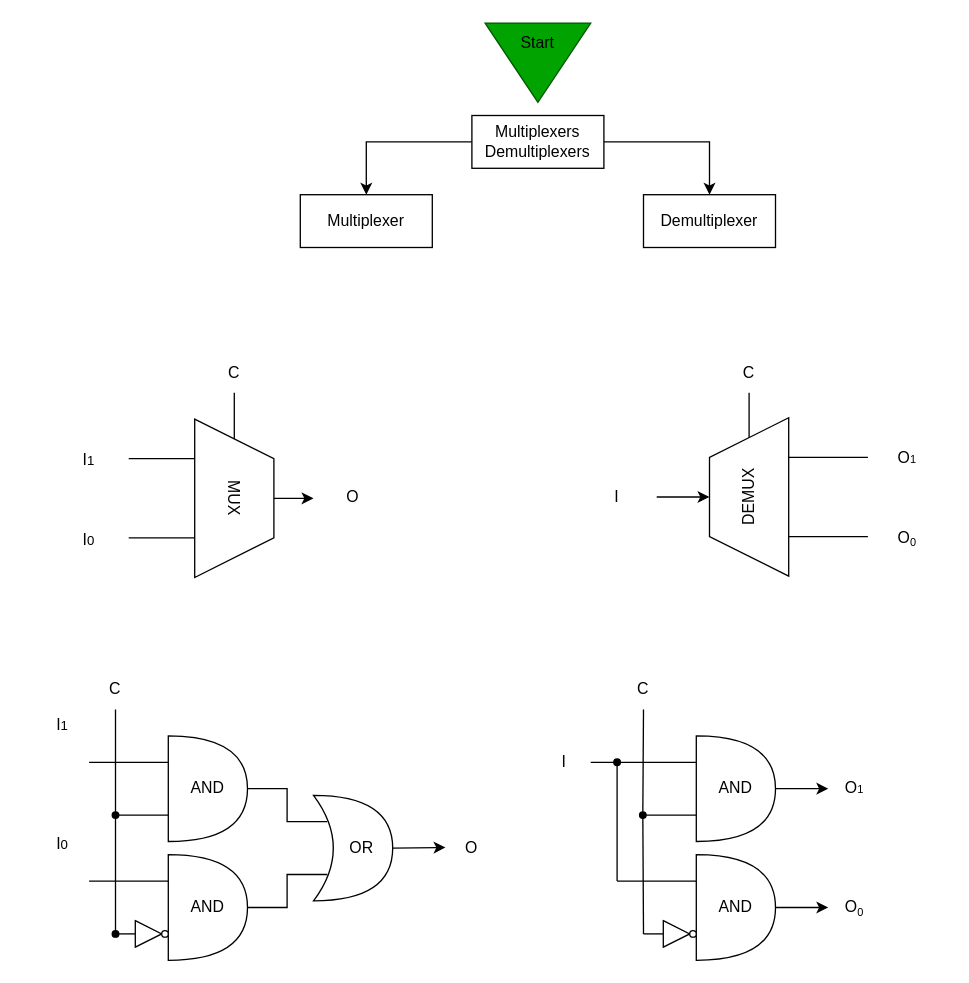
Before: page "Mux/Demux" (6 of 9) of Lesson Diagram.drawio in Kuggo/UnivOREsity, a draw.io diagram. Source tidied: cells renumbered, new cells numbered last; positions are measured from the earlier drawing's top-left corner, leaving out a move shared by most shapes. Both pictures are drawn from the tidied source at 132%, with x=0, y=0 at pixel (22, 9).
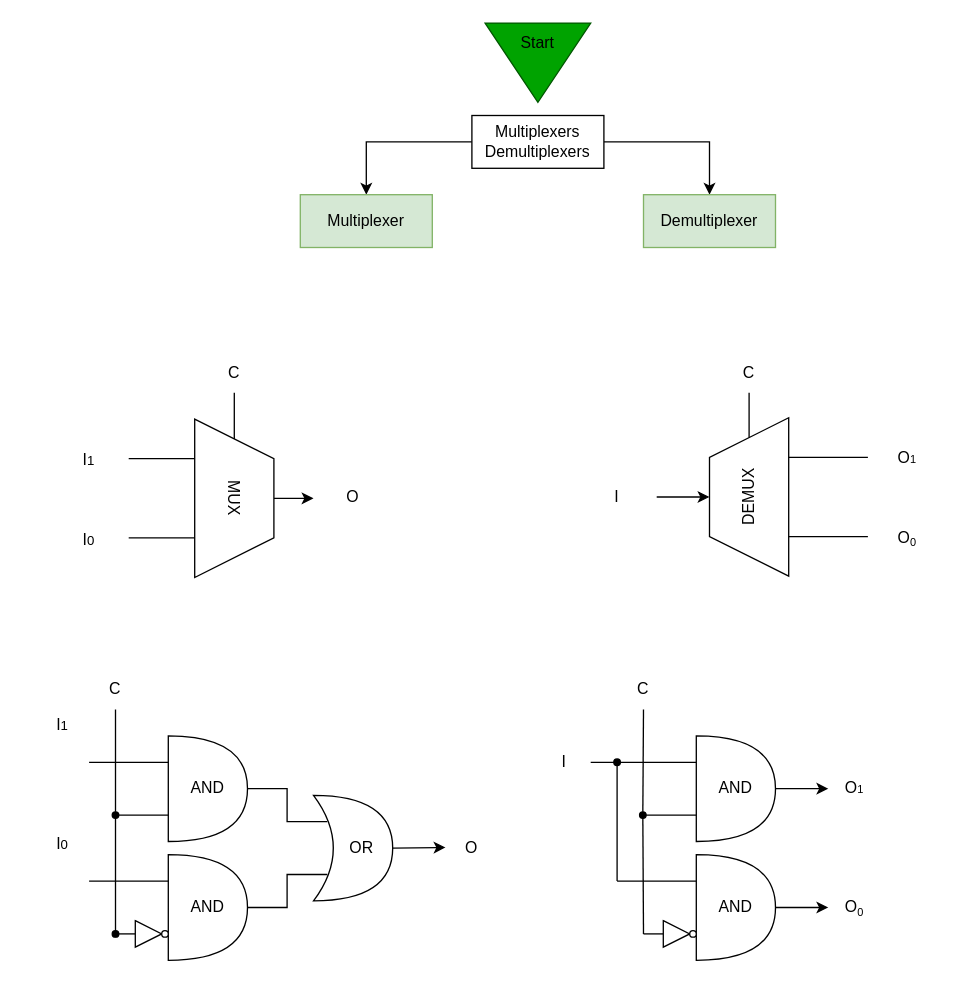
The same page after the edit.

The edit, as a diff of the source:
```diff
@@
-    <mxCell id="5" value="Multiplexer" style="rounded=0;whiteSpace=wrap;html=1;" parent="1" vertex="1">
+    <mxCell id="5" value="Multiplexer" style="rounded=0;whiteSpace=wrap;html=1;fillColor=#d5e8d4;strokeColor=#82b366;" parent="1" vertex="1">
       <mxGeometry x="210" y="140" width="100" height="40" as="geometry" />
     </mxCell>
-    <mxCell id="6" value="Demultiplexer" style="rounded=0;whiteSpace=wrap;html=1;" parent="1" vertex="1">
+    <mxCell id="6" value="Demultiplexer" style="rounded=0;whiteSpace=wrap;html=1;fillColor=#d5e8d4;strokeColor=#82b366;" parent="1" vertex="1">
       <mxGeometry x="470" y="140" width="100" height="40" as="geometry" />
     </mxCell>
```
